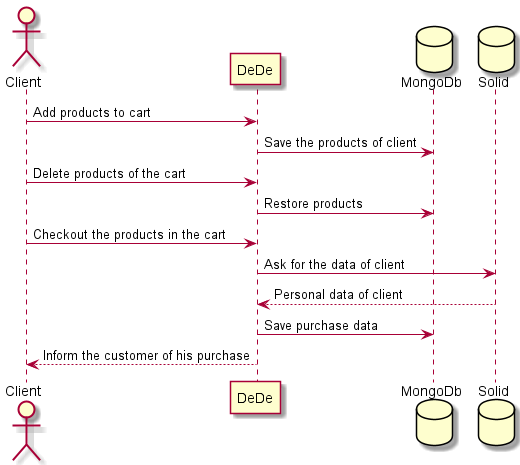
Arquisoft/Arquisoft-dede_es_04a keeps this PlantUML diagram as images/BuyingProcess.png. Above is the earlier version.
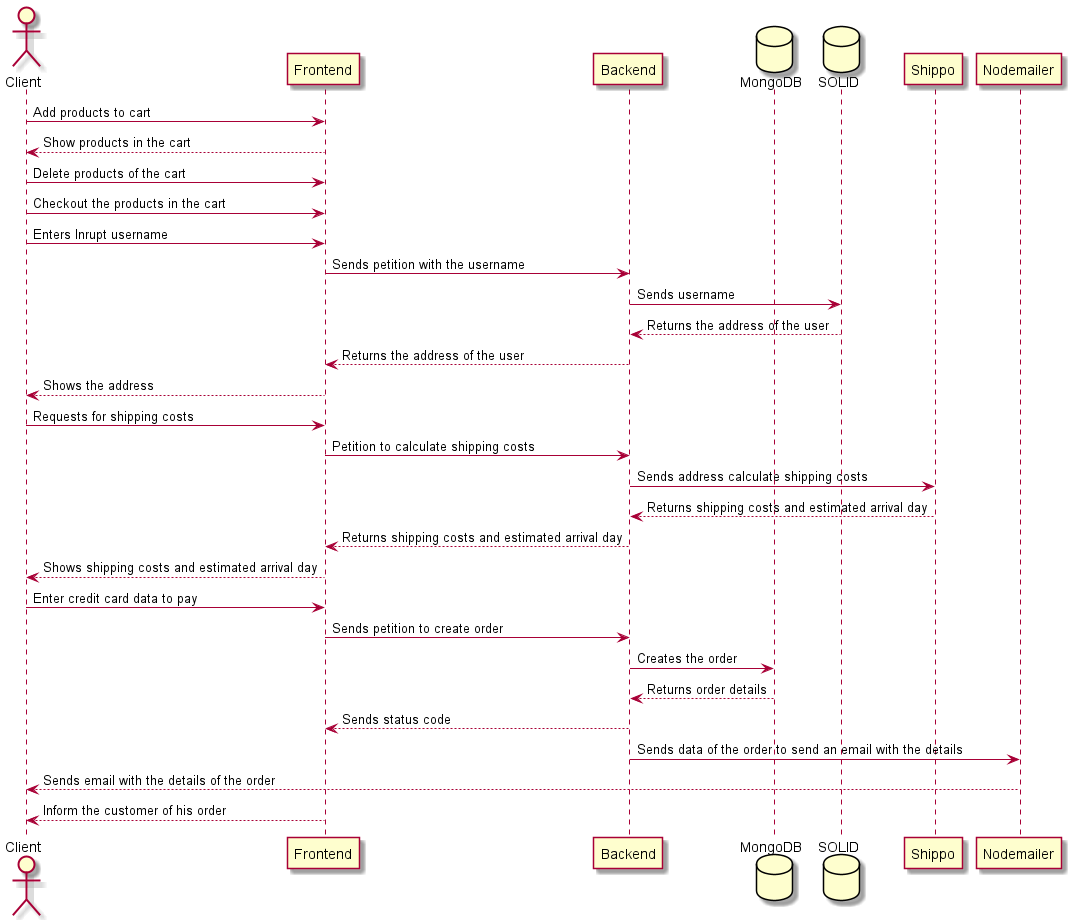
After the change.

What changed in the source:
```diff
@@ -1,15 +1,33 @@
 @startuml
 actor Client
-participant DeDe
-database MongoDb
-database Solid
-Client -> DeDe: Add products to cart
-DeDe -> MongoDb: Save the products of client
-Client -> DeDe: Delete products of the cart
-DeDe -> MongoDb: Restore products
-Client -> DeDe: Checkout the products in the cart
-DeDe -> Solid: Ask for the data of client
-Solid --> DeDe: Personal data of client
-DeDe -> MongoDb: Save purchase data
-DeDe --> Client: Inform the customer of his purchase
+participant Frontend
+participant Backend
+database MongoDB
+database SOLID
+participant Shippo
+participant Nodemailer
+Client -> Frontend: Add products to cart
+Frontend --> Client: Show products in the cart
+Client -> Frontend: Delete products of the cart
+Client -> Frontend: Checkout the products in the cart
+Client -> Frontend: Enters Inrupt username
+Frontend -> Backend: Sends petition with the username
+Backend -> SOLID: Sends username
+SOLID --> Backend: Returns the address of the user
+Backend --> Frontend: Returns the address of the user
+Frontend --> Client: Shows the address
+Client -> Frontend: Requests for shipping costs
+Frontend -> Backend: Petition to calculate shipping costs
+Backend -> Shippo: Sends address calculate shipping costs
+Shippo --> Backend: Returns shipping costs and estimated arrival day
+Backend --> Frontend: Returns shipping costs and estimated arrival day
+Frontend --> Client: Shows shipping costs and estimated arrival day
+Client -> Frontend: Enter credit card data to pay
+Frontend -> Backend: Sends petition to create order
+Backend -> MongoDB: Creates the order
+MongoDB --> Backend: Returns order details
+Backend --> Frontend: Sends status code
+Backend -> Nodemailer: Sends data of the order to send an email with the details
+Nodemailer --> Client: Sends email with the details of the order
+Frontend --> Client: Inform the customer of his order
 @enduml
```
